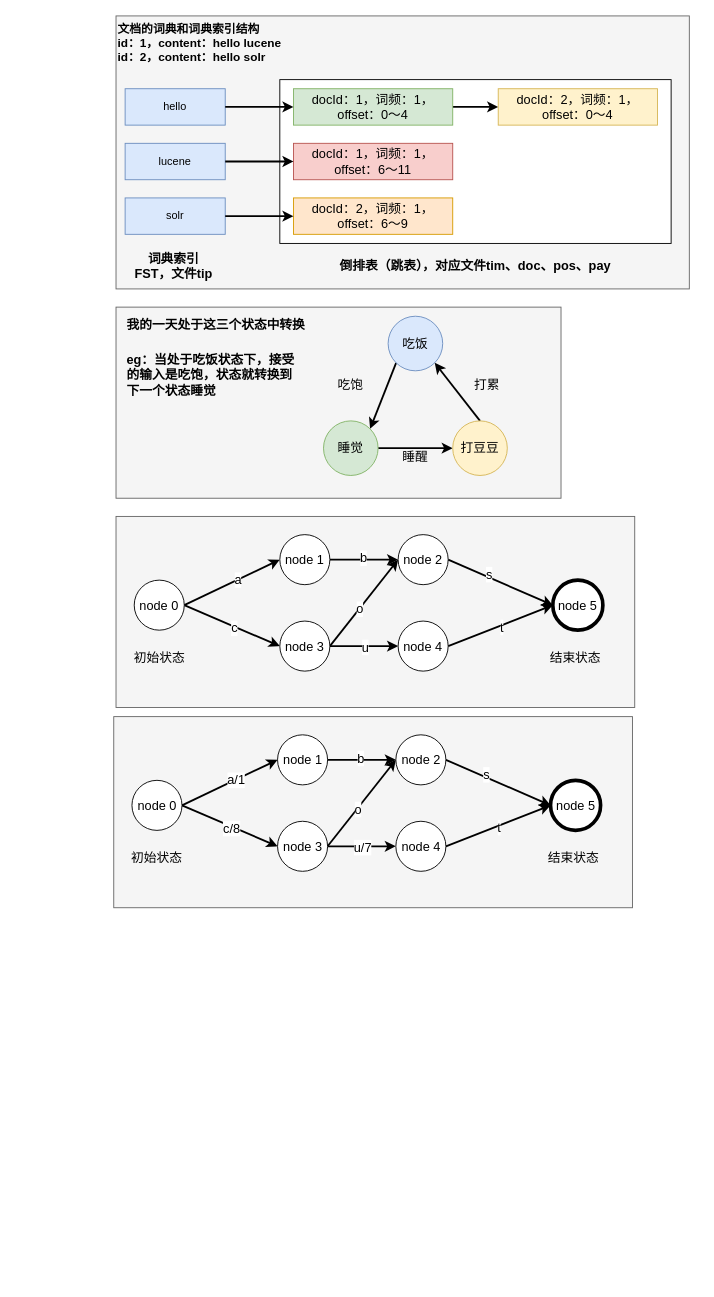
Earlier version of the draw.io diagram Lucene.drawio (chengjungao/diagrams). Source tidied: cells renumbered, new cells numbered last; positions are measured from the earlier drawing's top-left corner, leaving out a move shared by most shapes. Both pictures are drawn from the tidied source at 91%, with x=0, y=0 at pixel (114, 15).
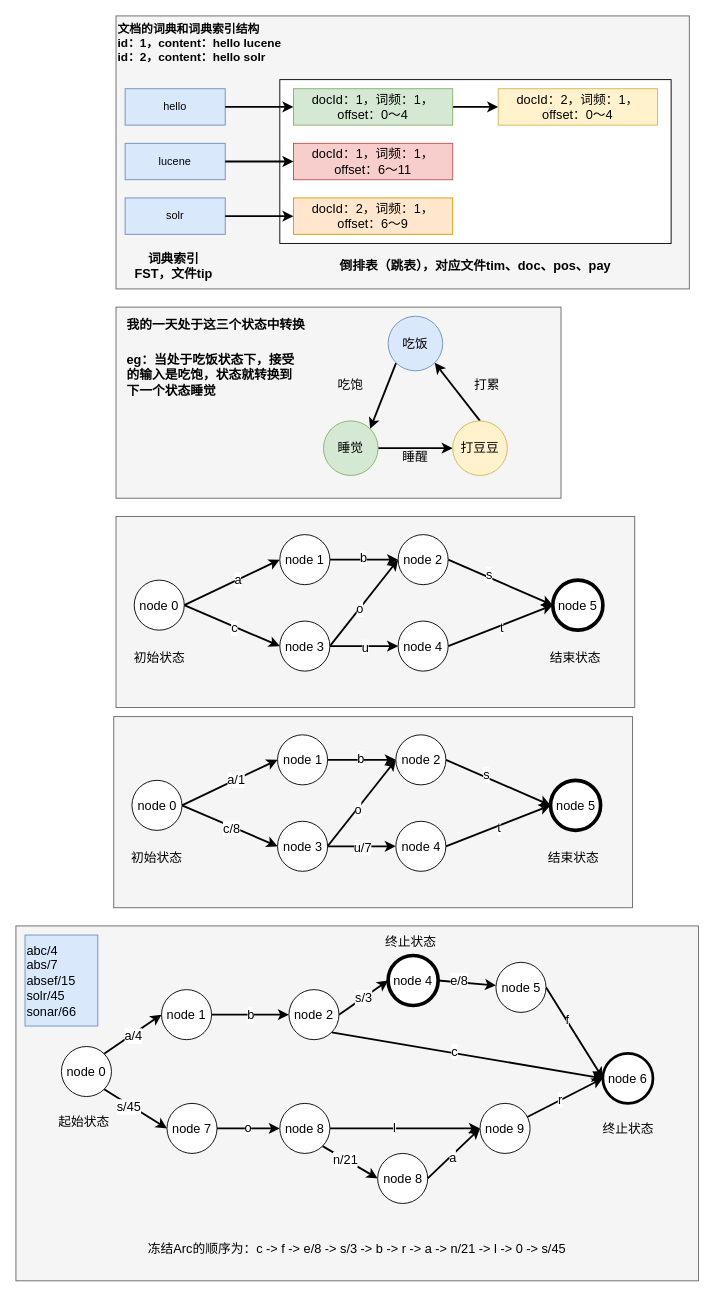
After the change.

Change to the diagram source:
```diff
@@
+    <mxCell id="76" style="rounded=0;whiteSpace=wrap;html=1;strokeWidth=1;fontSize=14;fillColor=#f5f5f5;fontColor=#333333;strokeColor=#666666;" parent="1" vertex="1">
+      <mxGeometry x="-108" y="1000" width="750" height="390" as="geometry" />
+    </mxCell>
+    <mxCell id="77" value="abc/4&lt;br&gt;abs/7&lt;br&gt;absef/15&lt;br&gt;solr/45&lt;br&gt;sonar/66" style="rounded=0;whiteSpace=wrap;html=1;strokeWidth=1;fontSize=14;align=left;fillColor=#dae8fc;strokeColor=#6c8ebf;" parent="1" vertex="1">
+      <mxGeometry x="-98" y="1010" width="80" height="100" as="geometry" />
+    </mxCell>
+    <mxCell id="78" style="edgeStyle=none;rounded=0;jettySize=auto;html=1;exitX=1;exitY=0;exitDx=0;exitDy=0;entryX=0;entryY=0.5;entryDx=0;entryDy=0;strokeWidth=2;fontSize=14;" parent="1" edge="1" source="82" target="85">
+      <mxGeometry relative="1" as="geometry" />
+    </mxCell>
+    <mxCell id="79" value="a/4" style="edgeLabel;html=1;align=center;verticalAlign=middle;fontSize=14;" parent="78" vertex="1">
+      <mxGeometry x="-0.04" y="-1" relative="1" as="geometry" />
+    </mxCell>
+    <mxCell id="80" style="edgeStyle=none;rounded=0;jettySize=auto;html=1;exitX=1;exitY=1;exitDx=0;exitDy=0;entryX=0;entryY=0.5;entryDx=0;entryDy=0;strokeWidth=2;fontSize=14;" parent="1" edge="1" source="82" target="99">
+      <mxGeometry relative="1" as="geometry" />
+    </mxCell>
+    <mxCell id="81" value="s/45" style="edgeLabel;html=1;align=center;verticalAlign=middle;fontSize=14;" parent="80" vertex="1">
+      <mxGeometry x="-0.18" y="-2" relative="1" as="geometry" />
+    </mxCell>
+    <mxCell id="82" value="node 0" style="ellipse;whiteSpace=wrap;html=1;fontSize=14;" parent="1" vertex="1">
+      <mxGeometry x="-58" y="1132.5" width="55" height="55" as="geometry" />
+    </mxCell>
+    <mxCell id="83" style="edgeStyle=none;rounded=0;jettySize=auto;html=1;exitX=1;exitY=0.5;exitDx=0;exitDy=0;entryX=0;entryY=0.5;entryDx=0;entryDy=0;strokeWidth=2;fontSize=14;" parent="1" edge="1" source="85" target="89">
+      <mxGeometry relative="1" as="geometry" />
+    </mxCell>
+    <mxCell id="84" value="b" style="edgeLabel;html=1;align=center;verticalAlign=middle;fontSize=14;" parent="83" vertex="1">
+      <mxGeometry x="-0.01" y="1" relative="1" as="geometry">
+        <mxPoint y="1" as="offset" />
+      </mxGeometry>
+    </mxCell>
+    <mxCell id="85" value="node 1" style="ellipse;whiteSpace=wrap;html=1;fontSize=14;" parent="1" vertex="1">
+      <mxGeometry x="52" y="1070" width="55" height="55" as="geometry" />
+    </mxCell>
+    <mxCell id="86" value="s/3" style="edgeStyle=none;rounded=0;jettySize=auto;html=1;exitX=1;exitY=0.5;exitDx=0;exitDy=0;entryX=0;entryY=0.5;entryDx=0;entryDy=0;strokeWidth=2;fontSize=14;" parent="1" edge="1" source="89" target="92">
+      <mxGeometry relative="1" as="geometry" />
+    </mxCell>
+    <mxCell id="87" style="edgeStyle=none;rounded=0;jettySize=auto;html=1;exitX=1;exitY=1;exitDx=0;exitDy=0;entryX=0;entryY=0.5;entryDx=0;entryDy=0;strokeWidth=2;fontSize=14;" parent="1" edge="1" source="89" target="96">
+      <mxGeometry relative="1" as="geometry" />
+    </mxCell>
+    <mxCell id="88" value="c" style="edgeLabel;html=1;align=center;verticalAlign=middle;fontSize=14;" parent="87" vertex="1">
+      <mxGeometry x="-0.1" y="2" relative="1" as="geometry" />
+    </mxCell>
+    <mxCell id="89" value="node 2" style="ellipse;whiteSpace=wrap;html=1;fontSize=14;" parent="1" vertex="1">
+      <mxGeometry x="192" y="1070" width="55" height="55" as="geometry" />
+    </mxCell>
+    <mxCell id="90" style="edgeStyle=none;rounded=0;jettySize=auto;html=1;exitX=1;exitY=0.5;exitDx=0;exitDy=0;strokeWidth=2;fontSize=14;" parent="1" edge="1" source="92" target="95">
+      <mxGeometry relative="1" as="geometry" />
+    </mxCell>
+    <mxCell id="91" value="e/8" style="edgeLabel;html=1;align=center;verticalAlign=middle;fontSize=14;" parent="90" vertex="1">
+      <mxGeometry x="-0.31" y="3" relative="1" as="geometry">
+        <mxPoint y="1" as="offset" />
+      </mxGeometry>
+    </mxCell>
+    <mxCell id="92" value="node 4" style="ellipse;whiteSpace=wrap;html=1;fontSize=14;strokeWidth=4;" parent="1" vertex="1">
+      <mxGeometry x="301" y="1032.5" width="55" height="55" as="geometry" />
+    </mxCell>
+    <mxCell id="93" style="edgeStyle=none;rounded=0;jettySize=auto;html=1;exitX=1;exitY=0.5;exitDx=0;exitDy=0;entryX=0;entryY=0.5;entryDx=0;entryDy=0;strokeWidth=2;fontSize=14;" parent="1" edge="1" source="95" target="96">
+      <mxGeometry relative="1" as="geometry" />
+    </mxCell>
+    <mxCell id="94" value="f" style="edgeLabel;html=1;align=center;verticalAlign=middle;fontSize=14;" parent="93" vertex="1">
+      <mxGeometry x="-0.27" relative="1" as="geometry">
+        <mxPoint y="-1" as="offset" />
+      </mxGeometry>
+    </mxCell>
+    <mxCell id="95" value="node 5" style="ellipse;whiteSpace=wrap;html=1;fontSize=14;" parent="1" vertex="1">
+      <mxGeometry x="419.5" y="1040" width="55" height="55" as="geometry" />
+    </mxCell>
+    <mxCell id="96" value="node 6" style="ellipse;whiteSpace=wrap;html=1;fontSize=14;strokeWidth=3;" parent="1" vertex="1">
+      <mxGeometry x="537" y="1140" width="55" height="55" as="geometry" />
+    </mxCell>
+    <mxCell id="97" style="edgeStyle=none;rounded=0;jettySize=auto;html=1;exitX=1;exitY=0.5;exitDx=0;exitDy=0;entryX=0;entryY=0.5;entryDx=0;entryDy=0;strokeWidth=2;fontSize=14;" parent="1" edge="1" source="99" target="104">
+      <mxGeometry relative="1" as="geometry" />
+    </mxCell>
+    <mxCell id="98" value="o" style="edgeLabel;html=1;align=center;verticalAlign=middle;fontSize=14;" parent="97" vertex="1">
+      <mxGeometry x="-0.04" y="2" relative="1" as="geometry">
+        <mxPoint y="1" as="offset" />
+      </mxGeometry>
+    </mxCell>
+    <mxCell id="99" value="node 7" style="ellipse;whiteSpace=wrap;html=1;fontSize=14;" parent="1" vertex="1">
+      <mxGeometry x="58" y="1195" width="55" height="55" as="geometry" />
+    </mxCell>
+    <mxCell id="100" style="edgeStyle=none;rounded=0;jettySize=auto;html=1;exitX=1;exitY=0.5;exitDx=0;exitDy=0;strokeWidth=2;fontSize=14;" parent="1" edge="1" source="104" target="110">
+      <mxGeometry relative="1" as="geometry" />
+    </mxCell>
+    <mxCell id="101" value="l" style="edgeLabel;html=1;align=center;verticalAlign=middle;fontSize=14;" parent="100" vertex="1">
+      <mxGeometry x="-0.15" y="2" relative="1" as="geometry">
+        <mxPoint y="1" as="offset" />
+      </mxGeometry>
+    </mxCell>
+    <mxCell id="102" style="edgeStyle=none;rounded=0;jettySize=auto;html=1;exitX=1;exitY=1;exitDx=0;exitDy=0;entryX=0;entryY=0.5;entryDx=0;entryDy=0;strokeWidth=2;fontSize=14;" parent="1" edge="1" source="104" target="107">
+      <mxGeometry relative="1" as="geometry" />
+    </mxCell>
+    <mxCell id="103" value="n/21" style="edgeLabel;html=1;align=center;verticalAlign=middle;fontSize=14;" parent="102" vertex="1">
+      <mxGeometry x="-0.21" relative="1" as="geometry" />
+    </mxCell>
+    <mxCell id="104" value="node 8" style="ellipse;whiteSpace=wrap;html=1;fontSize=14;" parent="1" vertex="1">
+      <mxGeometry x="182" y="1195" width="55" height="55" as="geometry" />
+    </mxCell>
+    <mxCell id="105" style="edgeStyle=none;rounded=0;jettySize=auto;html=1;exitX=1;exitY=0.5;exitDx=0;exitDy=0;entryX=0;entryY=0.5;entryDx=0;entryDy=0;strokeWidth=2;fontSize=14;" parent="1" edge="1" source="107" target="110">
+      <mxGeometry relative="1" as="geometry" />
+    </mxCell>
+    <mxCell id="106" value="a" style="edgeLabel;html=1;align=center;verticalAlign=middle;fontSize=14;" parent="105" vertex="1">
+      <mxGeometry x="-0.11" y="-1" relative="1" as="geometry">
+        <mxPoint x="1" as="offset" />
+      </mxGeometry>
+    </mxCell>
+    <mxCell id="107" value="node 8" style="ellipse;whiteSpace=wrap;html=1;fontSize=14;" parent="1" vertex="1">
+      <mxGeometry x="289.5" y="1250" width="55" height="55" as="geometry" />
+    </mxCell>
+    <mxCell id="108" style="edgeStyle=none;rounded=0;jettySize=auto;html=1;entryX=0;entryY=0.5;entryDx=0;entryDy=0;strokeWidth=2;fontSize=14;" parent="1" edge="1" source="110" target="96">
+      <mxGeometry relative="1" as="geometry" />
+    </mxCell>
+    <mxCell id="109" value="r" style="edgeLabel;html=1;align=center;verticalAlign=middle;fontSize=14;" parent="108" vertex="1">
+      <mxGeometry x="-0.15" y="1" relative="1" as="geometry" />
+    </mxCell>
+    <mxCell id="110" value="node 9" style="ellipse;whiteSpace=wrap;html=1;fontSize=14;" parent="1" vertex="1">
+      <mxGeometry x="402" y="1195" width="55" height="55" as="geometry" />
+    </mxCell>
+    <mxCell id="111" value="起始状态" style="text;html=1;strokeColor=none;fillColor=none;align=center;verticalAlign=middle;whiteSpace=wrap;rounded=0;strokeWidth=3;fontSize=14;" parent="1" vertex="1">
+      <mxGeometry x="-63" y="1200" width="60" height="30" as="geometry" />
+    </mxCell>
+    <mxCell id="112" value="终止状态" style="text;html=1;strokeColor=none;fillColor=none;align=center;verticalAlign=middle;whiteSpace=wrap;rounded=0;strokeWidth=3;fontSize=14;" parent="1" vertex="1">
+      <mxGeometry x="534.5" y="1207.5" width="60" height="30" as="geometry" />
+    </mxCell>
+    <mxCell id="113" value="终止状态" style="text;html=1;strokeColor=none;fillColor=none;align=center;verticalAlign=middle;whiteSpace=wrap;rounded=0;strokeWidth=3;fontSize=14;" parent="1" vertex="1">
+      <mxGeometry x="296" y="1002.5" width="60" height="30" as="geometry" />
+    </mxCell>
+    <mxCell id="114" value="冻结Arc的顺序为：c -&amp;gt; f -&amp;gt; e/8 -&amp;gt; s/3 -&amp;gt; b -&amp;gt; r -&amp;gt; a -&amp;gt; n/21 -&amp;gt; l -&amp;gt; 0 -&amp;gt; s/45" style="text;html=1;strokeColor=none;fillColor=none;align=center;verticalAlign=middle;whiteSpace=wrap;rounded=0;strokeWidth=3;fontSize=14;" parent="1" vertex="1">
+      <mxGeometry x="-108" y="1340" width="750" height="30" as="geometry" />
+    </mxCell>
```
